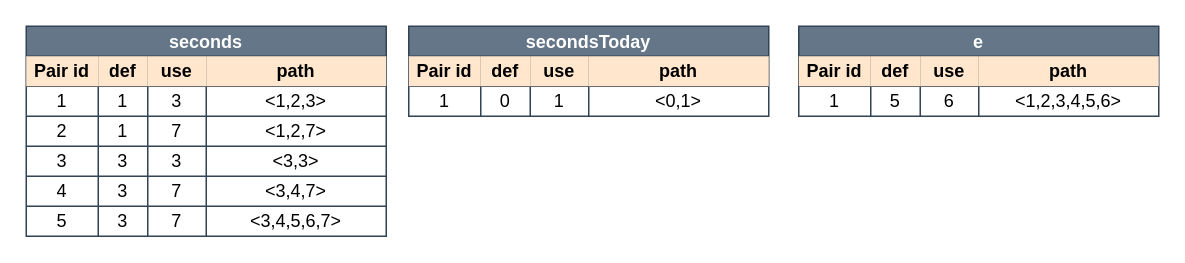
This is page "variables" (2 of 6) of docs/08_assignment/figures/getSecondsToday.drawio from Jumaruba/jtimesched, a draw.io file, before an edit. Source tidied: cells renumbered, new cells numbered last; positions are measured from the earlier drawing's top-left corner, leaving out a move shared by most shapes. Both pictures are drawn from the tidied source at 150%, with x=0, y=0 at pixel (26, 26).
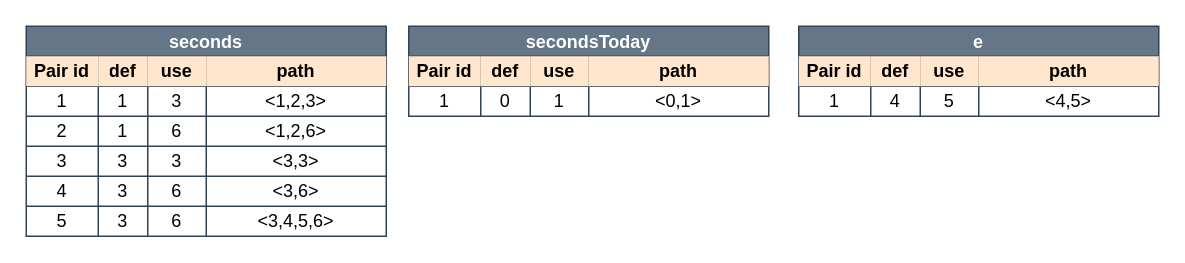
The same diagram, later.

The change refers to these unchanged cells:
```xml
<mxCell id="13" style="shape=partialRectangle;html=1;whiteSpace=wrap;fillColor=none;top=0;left=0;bottom=0;right=0;labelBackgroundColor=none;fontSize=12;" parent="2" vertex="1">
  <mxGeometry y="60" width="240" height="20" as="geometry" />
</mxCell>
<mxCell id="23" style="shape=partialRectangle;html=1;whiteSpace=wrap;fillColor=none;top=0;left=0;bottom=0;right=0;labelBackgroundColor=none;fontSize=12;" parent="2" vertex="1">
  <mxGeometry y="100" width="240" height="20" as="geometry" />
</mxCell>
<mxCell id="28" style="shape=partialRectangle;html=1;whiteSpace=wrap;fillColor=none;top=0;left=0;bottom=0;right=0;labelBackgroundColor=none;fontSize=12;" parent="2" vertex="1">
  <mxGeometry y="120" width="240" height="20" as="geometry" />
</mxCell>
<mxCell id="50" style="shape=partialRectangle;html=1;whiteSpace=wrap;fillColor=none;top=0;left=0;bottom=0;right=0;labelBackgroundColor=none;fontSize=12;" parent="44" vertex="1">
  <mxGeometry y="40" width="240" height="20" as="geometry" />
</mxCell>
```

What changed in the source:
```diff
@@
-    <mxCell id="16" value="7" style="shape=partialRectangle;html=1;whiteSpace=wrap;fillColor=none;top=0;left=0;bottom=0;right=0;overflow=hidden;labelBackgroundColor=none;fontSize=12;" parent="13" vertex="1">
+    <mxCell id="16" value="6" style="shape=partialRectangle;html=1;whiteSpace=wrap;fillColor=none;top=0;left=0;bottom=0;right=0;overflow=hidden;labelBackgroundColor=none;fontSize=12;" parent="13" vertex="1">
       <mxGeometry x="81" width="39" height="20" as="geometry" />
     </mxCell>
-    <mxCell id="17" value="&amp;lt;1,2,7&amp;gt;" style="shape=partialRectangle;html=1;whiteSpace=wrap;fillColor=none;top=0;left=0;bottom=0;right=0;overflow=hidden;labelBackgroundColor=none;fontSize=12;" parent="13" vertex="1">
+    <mxCell id="17" value="&amp;lt;1,2,6&amp;gt;" style="shape=partialRectangle;html=1;whiteSpace=wrap;fillColor=none;top=0;left=0;bottom=0;right=0;overflow=hidden;labelBackgroundColor=none;fontSize=12;" parent="13" vertex="1">
       <mxGeometry x="120" width="120" height="20" as="geometry" />
     </mxCell>
@@
-    <mxCell id="26" value="7" style="shape=partialRectangle;html=1;whiteSpace=wrap;fillColor=none;top=0;left=0;bottom=0;right=0;overflow=hidden;labelBackgroundColor=none;fontSize=12;" parent="23" vertex="1">
+    <mxCell id="26" value="6" style="shape=partialRectangle;html=1;whiteSpace=wrap;fillColor=none;top=0;left=0;bottom=0;right=0;overflow=hidden;labelBackgroundColor=none;fontSize=12;" parent="23" vertex="1">
       <mxGeometry x="81" width="39" height="20" as="geometry" />
     </mxCell>
-    <mxCell id="27" value="&amp;lt;3,4,7&amp;gt;" style="shape=partialRectangle;html=1;whiteSpace=wrap;fillColor=none;top=0;left=0;bottom=0;right=0;overflow=hidden;labelBackgroundColor=none;fontSize=12;" parent="23" vertex="1">
+    <mxCell id="27" value="&amp;lt;3,6&amp;gt;" style="shape=partialRectangle;html=1;whiteSpace=wrap;fillColor=none;top=0;left=0;bottom=0;right=0;overflow=hidden;labelBackgroundColor=none;fontSize=12;" parent="23" vertex="1">
       <mxGeometry x="120" width="120" height="20" as="geometry" />
     </mxCell>
@@
-    <mxCell id="31" value="7" style="shape=partialRectangle;html=1;whiteSpace=wrap;fillColor=none;top=0;left=0;bottom=0;right=0;overflow=hidden;labelBackgroundColor=none;fontSize=12;" parent="28" vertex="1">
+    <mxCell id="31" value="6" style="shape=partialRectangle;html=1;whiteSpace=wrap;fillColor=none;top=0;left=0;bottom=0;right=0;overflow=hidden;labelBackgroundColor=none;fontSize=12;" parent="28" vertex="1">
       <mxGeometry x="81" width="39" height="20" as="geometry" />
     </mxCell>
-    <mxCell id="32" value="&amp;lt;3,4,5,6,7&amp;gt;" style="shape=partialRectangle;html=1;whiteSpace=wrap;fillColor=none;top=0;left=0;bottom=0;right=0;overflow=hidden;labelBackgroundColor=none;fontSize=12;" parent="28" vertex="1">
+    <mxCell id="32" value="&amp;lt;3,4,5,6&amp;gt;" style="shape=partialRectangle;html=1;whiteSpace=wrap;fillColor=none;top=0;left=0;bottom=0;right=0;overflow=hidden;labelBackgroundColor=none;fontSize=12;" parent="28" vertex="1">
       <mxGeometry x="120" width="120" height="20" as="geometry" />
     </mxCell>
@@
-    <mxCell id="52" value="5" style="shape=partialRectangle;html=1;whiteSpace=wrap;fillColor=none;top=0;left=0;bottom=0;right=0;overflow=hidden;labelBackgroundColor=none;fontSize=12;" parent="50" vertex="1">
+    <mxCell id="52" value="4" style="shape=partialRectangle;html=1;whiteSpace=wrap;fillColor=none;top=0;left=0;bottom=0;right=0;overflow=hidden;labelBackgroundColor=none;fontSize=12;" parent="50" vertex="1">
       <mxGeometry x="48" width="33" height="20" as="geometry" />
     </mxCell>
-    <mxCell id="53" value="6" style="shape=partialRectangle;html=1;whiteSpace=wrap;fillColor=none;top=0;left=0;bottom=0;right=0;overflow=hidden;labelBackgroundColor=none;fontSize=12;" parent="50" vertex="1">
+    <mxCell id="53" value="5" style="shape=partialRectangle;html=1;whiteSpace=wrap;fillColor=none;top=0;left=0;bottom=0;right=0;overflow=hidden;labelBackgroundColor=none;fontSize=12;" parent="50" vertex="1">
       <mxGeometry x="81" width="39" height="20" as="geometry" />
     </mxCell>
-    <mxCell id="54" value="&amp;lt;1,2,3,4,5,6&amp;gt;" style="shape=partialRectangle;html=1;whiteSpace=wrap;fillColor=none;top=0;left=0;bottom=0;right=0;overflow=hidden;labelBackgroundColor=none;fontSize=12;" parent="50" vertex="1">
+    <mxCell id="54" value="&amp;lt;4,5&amp;gt;" style="shape=partialRectangle;html=1;whiteSpace=wrap;fillColor=none;top=0;left=0;bottom=0;right=0;overflow=hidden;labelBackgroundColor=none;fontSize=12;" parent="50" vertex="1">
       <mxGeometry x="120" width="120" height="20" as="geometry" />
     </mxCell>
```
